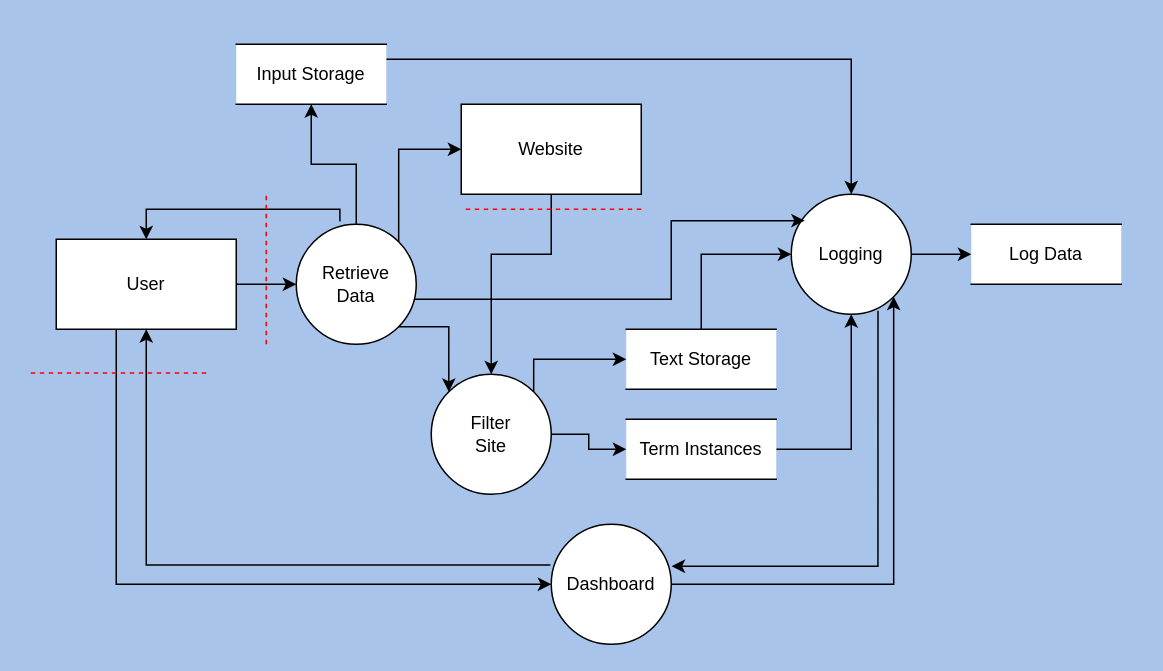
Earlier version of the draw.io diagram Assignments/Web-Scraper/Web Scraper L1.drawio (alexpeters25/CYBR-404). Source tidied: cells renumbered, new cells numbered last; positions are measured from the earlier drawing's top-left corner, leaving out a move shared by most shapes. Both pictures are drawn from the tidied source at 150%, with x=0, y=0 at pixel (26, 44).
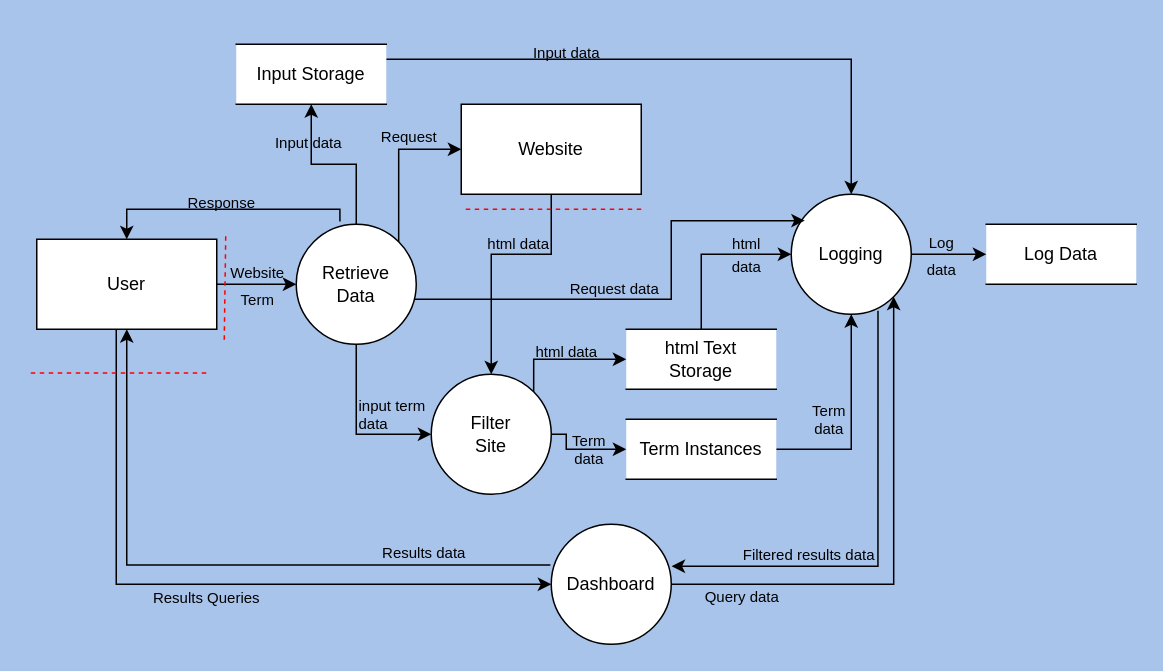
After the change.

The change refers to these unchanged cells:
```xml
<mxCell id="9" value="&lt;div&gt;Retrieve&lt;/div&gt;&lt;div&gt;Data&lt;br&gt;&lt;/div&gt;" style="ellipse;whiteSpace=wrap;html=1;" parent="1" vertex="1">
  <mxGeometry x="180" y="120" width="80" height="80" as="geometry" />
</mxCell>
<mxCell id="12" value="&lt;div&gt;Filter&lt;/div&gt;&lt;div&gt;Site&lt;br&gt;&lt;/div&gt;" style="ellipse;whiteSpace=wrap;html=1;" parent="1" vertex="1">
  <mxGeometry x="270" y="220" width="80" height="80" as="geometry" />
</mxCell>
<mxCell id="19" value="Term Instances" style="shape=partialRectangle;whiteSpace=wrap;html=1;left=0;right=0;" parent="1" vertex="1">
  <mxGeometry x="400" y="250" width="100" height="40" as="geometry" />
</mxCell>
```

Diff of the diagram source:
```diff
@@
     <mxCell id="4" value="User" style="whiteSpace=wrap;html=1;" parent="1" vertex="1">
-      <mxGeometry x="20" y="130" width="120" height="60" as="geometry" />
+      <mxGeometry x="7" y="130" width="120" height="60" as="geometry" />
     </mxCell>
@@
     <mxCell id="6" style="edgeStyle=orthogonalEdgeStyle;rounded=0;jettySize=auto;html=1;exitX=0.364;exitY=-0.023;exitDx=0;exitDy=0;entryX=0.5;entryY=0;entryDx=0;entryDy=0;exitPerimeter=0;" parent="1" edge="1" source="9" target="4">
       <mxGeometry relative="1" as="geometry">
         <Array as="points">
           <mxPoint x="209" y="110" />
-          <mxPoint x="80" y="110" />
+          <mxPoint x="67" y="110" />
         </Array>
       </mxGeometry>
     </mxCell>
-    <mxCell id="7" style="edgeStyle=orthogonalEdgeStyle;rounded=0;jettySize=auto;html=1;exitX=1;exitY=1;exitDx=0;exitDy=0;entryX=0;entryY=0;entryDx=0;entryDy=0;" parent="1" edge="1" source="9" target="12">
-      <mxGeometry relative="1" as="geometry" />
+    <mxCell id="7" style="edgeStyle=orthogonalEdgeStyle;rounded=0;jettySize=auto;html=1;exitX=0.5;exitY=1;exitDx=0;exitDy=0;entryX=0;entryY=0.5;entryDx=0;entryDy=0;" parent="1" edge="1" source="9" target="12">
+      <mxGeometry relative="1" as="geometry">
+        <Array as="points">
+          <mxPoint x="220" y="260" />
+        </Array>
+      </mxGeometry>
     </mxCell>
@@
     <mxCell id="10" style="edgeStyle=orthogonalEdgeStyle;rounded=0;jettySize=auto;html=1;exitX=1;exitY=0.5;exitDx=0;exitDy=0;entryX=0;entryY=0.5;entryDx=0;entryDy=0;" parent="1" edge="1" source="12" target="19">
-      <mxGeometry relative="1" as="geometry" />
+      <mxGeometry relative="1" as="geometry">
+        <Array as="points">
+          <mxPoint x="360" y="260" />
+          <mxPoint x="360" y="270" />
+        </Array>
+      </mxGeometry>
     </mxCell>
@@
     <mxCell id="15" style="endArrow=none;dashed=1;html=1;rounded=0;strokeColor=#FF0000;" parent="1" edge="1">
       <mxGeometry relative="1" as="geometry">
-        <mxPoint x="160" y="200" as="sourcePoint" />
-        <mxPoint x="160" y="100" as="targetPoint" />
+        <mxPoint x="132" y="197" as="sourcePoint" />
+        <mxPoint x="133" y="127" as="targetPoint" />
       </mxGeometry>
     </mxCell>
@@
-    <mxCell id="17" value="Text Storage" style="shape=partialRectangle;whiteSpace=wrap;html=1;left=0;right=0;" parent="1" vertex="1">
+    <mxCell id="17" value="&lt;div&gt;html Text&lt;/div&gt;&lt;div&gt;Storage&lt;/div&gt;" style="shape=partialRectangle;whiteSpace=wrap;html=1;left=0;right=0;" parent="1" vertex="1">
       <mxGeometry x="400" y="190" width="100" height="40" as="geometry" />
     </mxCell>
@@
     <mxCell id="22" value="Log Data" style="shape=partialRectangle;whiteSpace=wrap;html=1;left=0;right=0;" parent="1" vertex="1">
-      <mxGeometry x="630" y="120" width="100" height="40" as="geometry" />
+      <mxGeometry x="640" y="120" width="100" height="40" as="geometry" />
     </mxCell>
@@
+    <mxCell id="32" value="&lt;div&gt;Term&lt;/div&gt;&lt;div&gt;data&lt;br&gt;&lt;/div&gt;" style="text;html=1;align=center;verticalAlign=middle;strokeColor=none;fillColor=none;fontSize=10;" parent="1" vertex="1">
+      <mxGeometry x="350" y="250" width="50" height="40" as="geometry" />
+    </mxCell>
+    <mxCell id="33" value="&lt;div&gt;Term&lt;/div&gt;&lt;div&gt;data&lt;br&gt;&lt;/div&gt;" style="text;html=1;align=center;verticalAlign=middle;strokeColor=none;fillColor=none;fontSize=10;" parent="1" vertex="1">
+      <mxGeometry x="510" y="230" width="50" height="40" as="geometry" />
+    </mxCell>
+    <mxCell id="34" value="&lt;font style=&quot;font-size: 10px;&quot;&gt;Filtered results data&lt;br&gt;&lt;/font&gt;" style="text;html=1;align=right;verticalAlign=middle;strokeColor=none;fillColor=none;" parent="1" vertex="1">
+      <mxGeometry x="457" y="325" width="110" height="30" as="geometry" />
+    </mxCell>
+    <mxCell id="35" value="&lt;font&gt;Query data&lt;br&gt;&lt;/font&gt;" style="text;html=1;align=center;verticalAlign=middle;strokeColor=none;fillColor=none;fontSize=10;" parent="1" vertex="1">
+      <mxGeometry x="442" y="353" width="70" height="30" as="geometry" />
+    </mxCell>
+    <mxCell id="36" value="Results Queries" style="text;html=1;align=center;verticalAlign=middle;strokeColor=none;fillColor=none;fontSize=10;" parent="1" vertex="1">
+      <mxGeometry x="75" y="354" width="90" height="30" as="geometry" />
+    </mxCell>
+    <mxCell id="37" value="&lt;font style=&quot;font-size: 10px;&quot;&gt;Results data&lt;br&gt;&lt;/font&gt;" style="text;html=1;align=center;verticalAlign=middle;strokeColor=none;fillColor=none;" parent="1" vertex="1">
+      <mxGeometry x="225" y="324" width="80" height="30" as="geometry" />
+    </mxCell>
+    <mxCell id="38" value="&lt;div&gt;&lt;font style=&quot;font-size: 10px;&quot;&gt;html&lt;/font&gt;&lt;/div&gt;&lt;div&gt;&lt;font style=&quot;font-size: 10px;&quot;&gt;data&lt;br&gt;&lt;/font&gt;&lt;/div&gt;" style="text;html=1;align=center;verticalAlign=middle;strokeColor=none;fillColor=none;" parent="1" vertex="1">
+      <mxGeometry x="460" y="120" width="40" height="40" as="geometry" />
+    </mxCell>
+    <mxCell id="39" value="&lt;font style=&quot;font-size: 10px;&quot;&gt;html data&lt;/font&gt;" style="text;html=1;align=center;verticalAlign=middle;strokeColor=none;fillColor=none;" parent="1" vertex="1">
+      <mxGeometry x="330" y="190" width="60" height="30" as="geometry" />
+    </mxCell>
+    <mxCell id="40" value="&lt;div&gt;input term&amp;nbsp;&lt;/div&gt;&lt;div&gt;data&lt;/div&gt;" style="text;html=1;align=left;verticalAlign=bottom;strokeColor=none;fillColor=none;fontSize=10;" parent="1" vertex="1">
+      <mxGeometry x="220" y="222" width="70" height="40" as="geometry" />
+    </mxCell>
+    <mxCell id="41" value="&lt;font style=&quot;font-size: 10px;&quot;&gt;Request data&lt;br&gt;&lt;/font&gt;" style="text;html=1;align=center;verticalAlign=middle;strokeColor=none;fillColor=none;" parent="1" vertex="1">
+      <mxGeometry x="352" y="148" width="80" height="30" as="geometry" />
+    </mxCell>
+    <mxCell id="42" value="&lt;font style=&quot;font-size: 10px;&quot;&gt;html data&lt;/font&gt;" style="text;html=1;align=right;verticalAlign=middle;strokeColor=none;fillColor=none;" parent="1" vertex="1">
+      <mxGeometry x="290" y="118" width="60" height="30" as="geometry" />
+    </mxCell>
+    <mxCell id="43" value="&lt;sub&gt;Request&lt;/sub&gt;" style="text;html=1;align=center;verticalAlign=bottom;strokeColor=none;fillColor=none;" parent="1" vertex="1">
+      <mxGeometry x="225" y="40" width="60" height="30" as="geometry" />
+    </mxCell>
+    <mxCell id="44" value="&lt;sub&gt;Input data&lt;br&gt;&lt;/sub&gt;" style="text;html=1;align=center;verticalAlign=middle;strokeColor=none;fillColor=none;" parent="1" vertex="1">
+      <mxGeometry x="153" y="48" width="70" height="30" as="geometry" />
+    </mxCell>
+    <mxCell id="45" value="&lt;sub&gt;Response&lt;/sub&gt;" style="text;html=1;align=center;verticalAlign=middle;strokeColor=none;fillColor=none;" parent="1" vertex="1">
+      <mxGeometry x="95" y="88" width="70" height="30" as="geometry" />
+    </mxCell>
+    <mxCell id="46" value="&lt;sub&gt;Input data&lt;br&gt;&lt;/sub&gt;" style="text;html=1;align=center;verticalAlign=middle;strokeColor=none;fillColor=none;" parent="1" vertex="1">
+      <mxGeometry x="325" y="-12" width="70" height="30" as="geometry" />
+    </mxCell>
+    <mxCell id="47" value="&lt;div&gt;&lt;sub&gt;Website&lt;/sub&gt;&lt;/div&gt;&lt;div&gt;&lt;sub&gt;Term&lt;br&gt;&lt;/sub&gt;&lt;/div&gt;" style="text;html=1;align=center;verticalAlign=middle;strokeColor=none;fillColor=none;" parent="1" vertex="1">
+      <mxGeometry x="124" y="134" width="60" height="50" as="geometry" />
+    </mxCell>
+    <mxCell id="48" value="&lt;div&gt;&lt;sub&gt;Log&lt;/sub&gt;&lt;/div&gt;&lt;div&gt;&lt;sub&gt;data&lt;/sub&gt;&lt;/div&gt;" style="text;html=1;align=center;verticalAlign=middle;strokeColor=none;fillColor=none;" parent="1" vertex="1">
+      <mxGeometry x="590" y="114" width="40" height="50" as="geometry" />
+    </mxCell>
```
